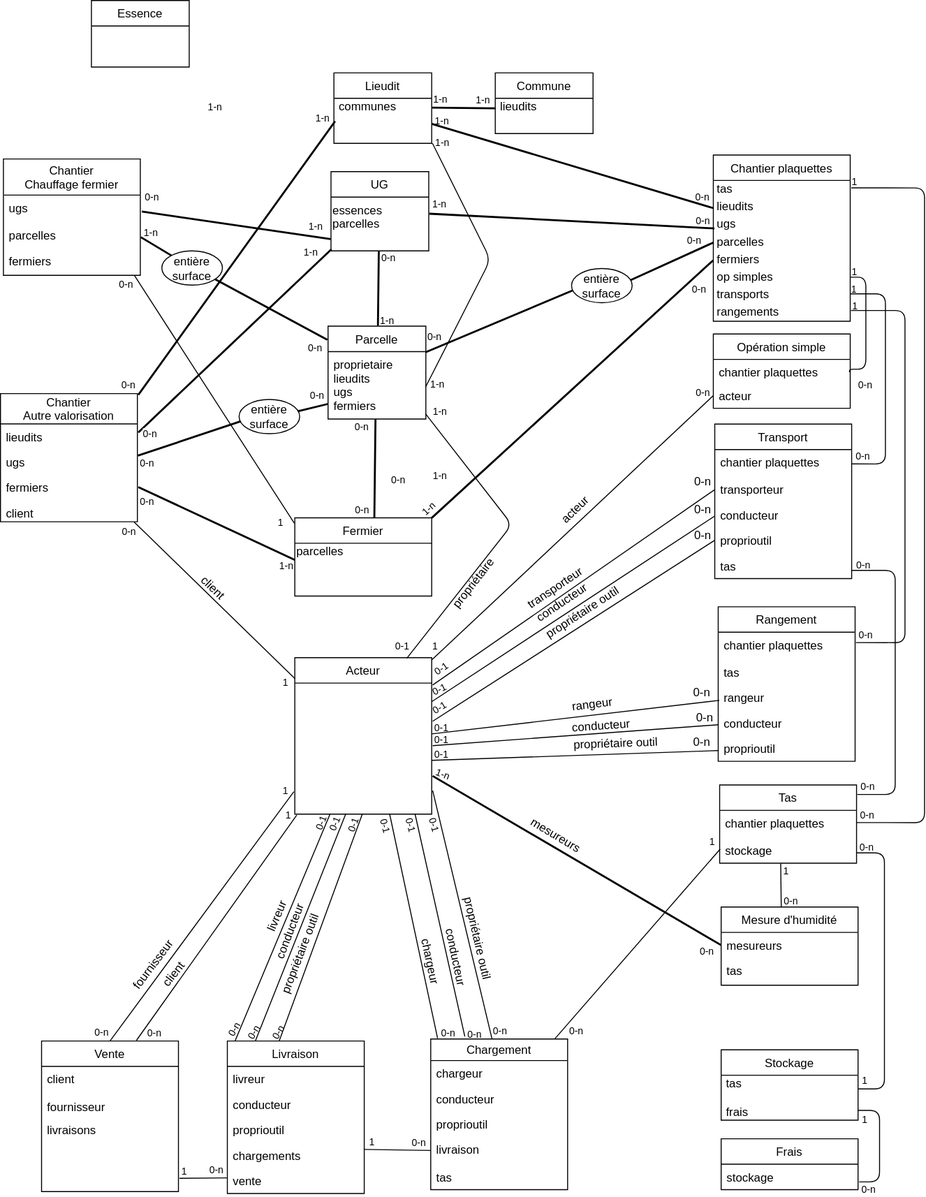
Before: doc/schema-bdd-bdl.svg, a diagram exported from draw.io (bdlarzac/chantiers). Source tidied: cells renumbered, new cells last; positions are measured from the earlier drawing's top-left corner, leaving out a move shared by most shapes.
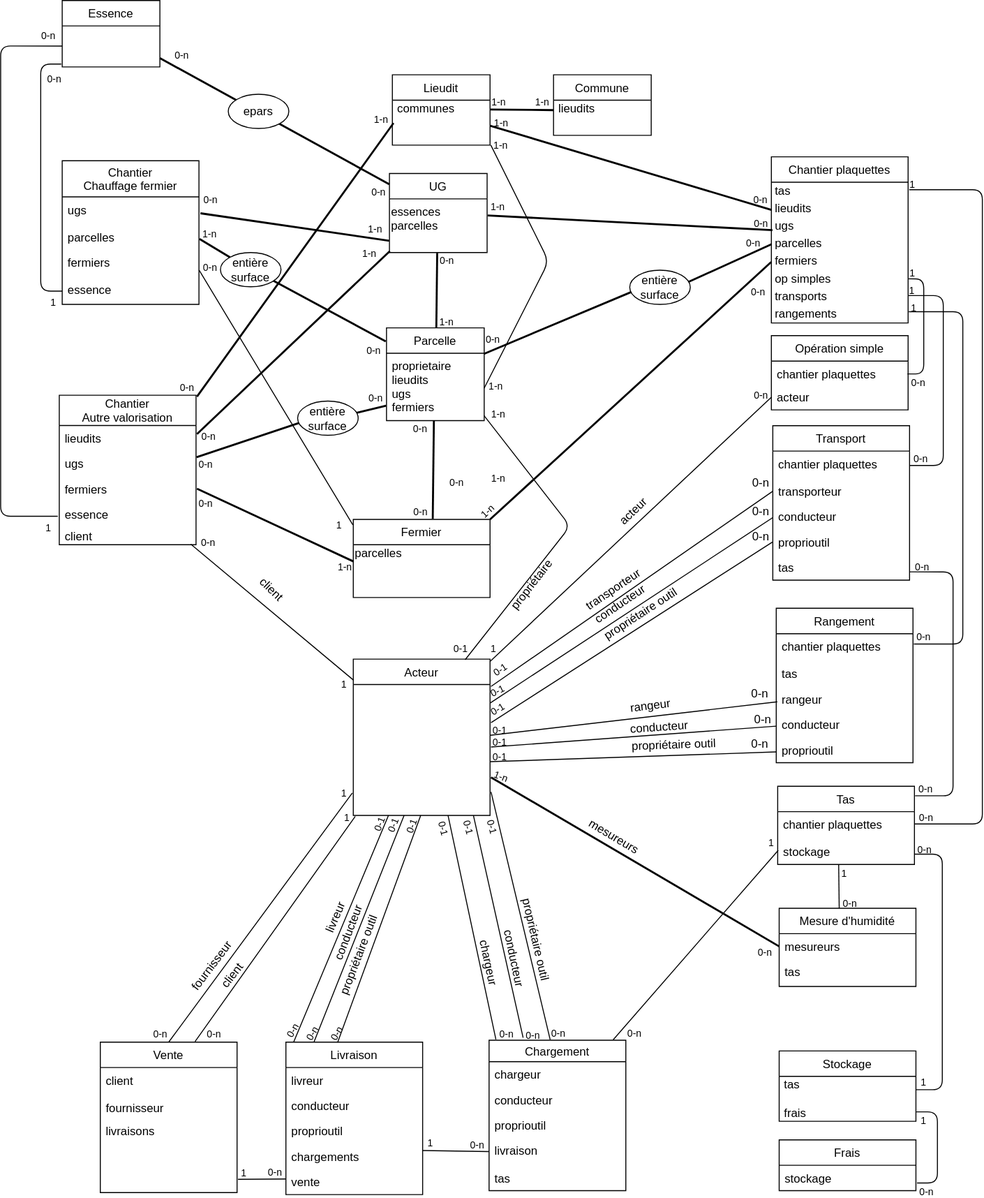
The same diagram one commit later.

Commit message:
#15 - Create et fill table ug_essence, adapte model et view

What changed in the source:
```diff
@@ -76,7 +76,7 @@
         <mxPoint x="10.4" y="16.5" as="offset" />
       </mxGeometry>
     </mxCell>
-    <mxCell id="18" style="endArrow=none;html=1;exitX=0.001;exitY=0.134;exitDx=0;exitDy=0;exitPerimeter=0;entryX=0.976;entryY=1.01;entryDx=0;entryDy=0;entryPerimeter=0;" parent="1" edge="1" source="7" target="138">
+    <mxCell id="18" style="endArrow=none;html=1;exitX=0.001;exitY=0.134;exitDx=0;exitDy=0;exitPerimeter=0;entryX=0.962;entryY=0.974;entryDx=0;entryDy=0;entryPerimeter=0;" parent="1" edge="1" source="7" target="236">
       <mxGeometry relative="1" as="geometry" />
     </mxCell>
     <mxCell id="19" value="1" style="html=1;align=left;verticalAlign=bottom;labelBackgroundColor=none;fontSize=10;rotation=0;" parent="18" vertex="1">
@@ -86,7 +86,7 @@
     </mxCell>
     <mxCell id="20" value="0-n" style="html=1;align=right;verticalAlign=bottom;labelBackgroundColor=none;fontSize=10;" parent="18" vertex="1">
       <mxGeometry x="1" relative="1" as="geometry">
-        <mxPoint x="2.4" y="17.8" as="offset" />
+        <mxPoint x="25" y="7" as="offset" />
       </mxGeometry>
     </mxCell>
     <mxCell id="21" style="endArrow=none;html=1;strokeWidth=2;entryX=0.485;entryY=1.001;entryDx=0;entryDy=0;entryPerimeter=0;exitX=0.581;exitY=-0.005;exitDx=0;exitDy=0;exitPerimeter=0;" parent="1" edge="1" source="207" target="140">
@@ -175,14 +175,13 @@
       <mxGeometry relative="1" as="geometry">
         <Array as="points">
           <mxPoint x="885" y="283" />
-          <mxPoint x="885" y="377" />
-          <mxPoint x="868" y="377" />
+          <mxPoint x="885" y="380" />
         </Array>
       </mxGeometry>
     </mxCell>
     <mxCell id="40" value="0-n" style="html=1;align=right;verticalAlign=bottom;labelBackgroundColor=none;fontSize=10;" parent="39" vertex="1">
       <mxGeometry x="1" relative="1" as="geometry">
-        <mxPoint x="24" y="21" as="offset" />
+        <mxPoint x="19" y="17" as="offset" />
       </mxGeometry>
     </mxCell>
     <mxCell id="41" value="1" style="html=1;align=left;verticalAlign=bottom;labelBackgroundColor=none;fontSize=10;" parent="39" vertex="1">
@@ -292,12 +291,12 @@
         <mxPoint x="27" y="0.6" as="offset" />
       </mxGeometry>
     </mxCell>
-    <mxCell id="62" style="endArrow=none;html=1;entryX=0.956;entryY=1;entryDx=0;entryDy=0;entryPerimeter=0;exitX=-0.003;exitY=0.071;exitDx=0;exitDy=0;exitPerimeter=0;" parent="1" edge="1" source="207" target="133">
+    <mxCell id="62" style="endArrow=none;html=1;entryX=1.001;entryY=0.748;entryDx=0;entryDy=0;entryPerimeter=0;exitX=-0.003;exitY=0.071;exitDx=0;exitDy=0;exitPerimeter=0;" parent="1" edge="1" source="207" target="133">
       <mxGeometry relative="1" as="geometry" />
     </mxCell>
     <mxCell id="63" value="0-n" style="html=1;align=right;verticalAlign=bottom;labelBackgroundColor=#ffffff;fontSize=10;" parent="62" vertex="1">
       <mxGeometry x="1" relative="1" as="geometry">
-        <mxPoint x="-0.6" y="17.3" as="offset" />
+        <mxPoint x="19" y="5" as="offset" />
       </mxGeometry>
     </mxCell>
     <mxCell id="64" value="1" style="html=1;align=left;verticalAlign=bottom;labelBackgroundColor=none;fontSize=10;" parent="62" vertex="1">
@@ -584,7 +583,7 @@
       </mxGeometry>
     </mxCell>
     <mxCell id="130" value="Chantier&#10;Chauffage fermier" style="swimlane;fontStyle=0;horizontal=1;startSize=37;fillColor=none;" parent="1" vertex="1">
-      <mxGeometry x="3" y="162" width="140" height="119" as="geometry" />
+      <mxGeometry x="3" y="162" width="140" height="147" as="geometry" />
     </mxCell>
     <mxCell id="131" value="ugs" style="text;strokeColor=none;fillColor=none;align=left;verticalAlign=top;spacingLeft=4;spacingRight=4;overflow=hidden;points=[[0,0.5],[1,0.5]];portConstraint=eastwest;" parent="130" vertex="1">
       <mxGeometry y="37" width="140" height="28" as="geometry" />
@@ -595,8 +594,11 @@
     <mxCell id="133" value="fermiers" style="text;strokeColor=none;fillColor=none;align=left;verticalAlign=top;spacingLeft=4;spacingRight=4;overflow=hidden;points=[[0,0.5],[1,0.5]];portConstraint=eastwest;" parent="130" vertex="1">
       <mxGeometry y="91" width="140" height="28" as="geometry" />
     </mxCell>
+    <mxCell id="235" value="essence" style="text;strokeColor=none;fillColor=none;align=left;verticalAlign=top;spacingLeft=4;spacingRight=4;overflow=hidden;points=[[0,0.5],[1,0.5]];portConstraint=eastwest;" parent="130" vertex="1">
+      <mxGeometry y="119" width="140" height="28" as="geometry" />
+    </mxCell>
     <mxCell id="134" value="Chantier&#10;Autre valorisation" style="swimlane;fontStyle=0;horizontal=1;startSize=31;fillColor=none;" parent="1" vertex="1">
-      <mxGeometry y="402" width="140" height="131" as="geometry" />
+      <mxGeometry y="402" width="140" height="153" as="geometry" />
     </mxCell>
     <mxCell id="135" value="lieudits" style="text;strokeColor=none;fillColor=none;align=left;verticalAlign=top;spacingLeft=4;spacingRight=4;overflow=hidden;points=[[0,0.5],[1,0.5]];portConstraint=eastwest;" parent="134" vertex="1">
       <mxGeometry y="31" width="140" height="26" as="geometry" />
@@ -607,9 +609,12 @@
     <mxCell id="137" value="fermiers" style="text;strokeColor=none;fillColor=none;align=left;verticalAlign=top;spacingLeft=4;spacingRight=4;overflow=hidden;points=[[0,0.5],[1,0.5]];portConstraint=eastwest;" parent="134" vertex="1">
       <mxGeometry y="83" width="140" height="26" as="geometry" />
     </mxCell>
-    <mxCell id="138" value="client" style="text;strokeColor=none;fillColor=none;align=left;verticalAlign=top;spacingLeft=4;spacingRight=4;overflow=hidden;points=[[0,0.5],[1,0.5]];portConstraint=eastwest;" parent="134" vertex="1">
+    <mxCell id="138" value="essence" style="text;strokeColor=none;fillColor=none;align=left;verticalAlign=top;spacingLeft=4;spacingRight=4;overflow=hidden;points=[[0,0.5],[1,0.5]];portConstraint=eastwest;" parent="134" vertex="1">
       <mxGeometry y="109" width="140" height="22" as="geometry" />
     </mxCell>
+    <mxCell id="236" value="client" style="text;strokeColor=none;fillColor=none;align=left;verticalAlign=top;spacingLeft=4;spacingRight=4;overflow=hidden;points=[[0,0.5],[1,0.5]];portConstraint=eastwest;" parent="134" vertex="1">
+      <mxGeometry y="131" width="140" height="22" as="geometry" />
+    </mxCell>
     <mxCell id="139" value="Parcelle" style="swimlane;fontStyle=0;horizontal=1;startSize=26;fillColor=none;" parent="1" vertex="1">
       <mxGeometry x="335" y="333" width="100" height="95" as="geometry" />
     </mxCell>
@@ -797,11 +802,6 @@
     <mxCell id="199" value="0-n" style="text;html=1;align=center;verticalAlign=middle;rotation=0;" parent="1" vertex="1">
       <mxGeometry x="704" y="538" width="28" height="18" as="geometry" />
     </mxCell>
-    <mxCell id="200" value="1-n" style="html=1;align=right;verticalAlign=bottom;labelBackgroundColor=none;fontSize=10;" parent="1" vertex="1">
-      <mxGeometry x="240" y="107" as="geometry">
-        <mxPoint x="-13" y="10.9" as="offset" />
-      </mxGeometry>
-    </mxCell>
     <mxCell id="201" style="endArrow=none;html=1;exitX=0.818;exitY=0.004;exitDx=0;exitDy=0;exitPerimeter=0;entryX=0.999;entryY=0.926;entryDx=0;entryDy=0;entryPerimeter=0;" parent="1" edge="1" source="7" target="140">
       <mxGeometry relative="1" as="geometry">
         <Array as="points">
@@ -929,7 +929,63 @@
       <mxGeometry x="718" y="254" as="geometry" />
     </mxCell>
     <mxCell id="234" value="Essence" style="swimlane;fontStyle=0;horizontal=1;startSize=26;fillColor=none;" parent="1" vertex="1">
-      <mxGeometry x="93" width="100" height="68" as="geometry" />
+      <mxGeometry x="3" y="-2" width="100" height="68" as="geometry" />
     </mxCell>
+    <mxCell id="237" style="endArrow=none;html=1;strokeWidth=1;entryX=0.001;entryY=0.514;entryDx=0;entryDy=0;entryPerimeter=0;edgeStyle=orthogonalEdgeStyle;" parent="1" edge="1" target="235">
+      <mxGeometry relative="1" as="geometry">
+        <mxPoint x="2" y="63" as="sourcePoint" />
+        <Array as="points">
+          <mxPoint x="-19" y="63" />
+          <mxPoint x="-19" y="295" />
+        </Array>
+      </mxGeometry>
+    </mxCell>
+    <mxCell id="238" value="0-n" style="html=1;align=left;verticalAlign=bottom;labelBackgroundColor=none;fontSize=10;rotation=0;" parent="237" vertex="1">
+      <mxGeometry x="-1" relative="1" as="geometry">
+        <mxPoint x="-16" y="23" as="offset" />
+      </mxGeometry>
+    </mxCell>
+    <mxCell id="239" value="1" style="html=1;align=right;verticalAlign=bottom;labelBackgroundColor=none;fontSize=10;" parent="237" vertex="1">
+      <mxGeometry x="1" relative="1" as="geometry">
+        <mxPoint x="-7" y="20" as="offset" />
+      </mxGeometry>
+    </mxCell>
+    <mxCell id="240" style="endArrow=none;html=1;strokeWidth=1;edgeStyle=orthogonalEdgeStyle;entryX=-0.011;entryY=0.675;entryDx=0;entryDy=0;entryPerimeter=0;" parent="1" edge="1" target="138">
+      <mxGeometry relative="1" as="geometry">
+        <mxPoint x="3" y="44.6" as="sourcePoint" />
+        <Array as="points">
+          <mxPoint x="-60" y="45" />
+          <mxPoint x="-60" y="526" />
+        </Array>
+      </mxGeometry>
+    </mxCell>
+    <mxCell id="241" value="0-n" style="html=1;align=left;verticalAlign=bottom;labelBackgroundColor=none;fontSize=10;rotation=0;" parent="240" vertex="1">
+      <mxGeometry x="-1" relative="1" as="geometry">
+        <mxPoint x="-23" y="-3" as="offset" />
+      </mxGeometry>
+    </mxCell>
+    <mxCell id="242" value="1" style="html=1;align=right;verticalAlign=bottom;labelBackgroundColor=none;fontSize=10;" parent="240" vertex="1">
+      <mxGeometry x="1" relative="1" as="geometry">
+        <mxPoint x="-7" y="20" as="offset" />
+      </mxGeometry>
+    </mxCell>
+    <mxCell id="243" style="endArrow=none;html=1;strokeWidth=2;exitX=-0.001;exitY=0.137;exitDx=0;exitDy=0;exitPerimeter=0;" parent="1" edge="1" source="141">
+      <mxGeometry relative="1" as="geometry">
+        <mxPoint x="103" y="57" as="targetPoint" />
+      </mxGeometry>
+    </mxCell>
+    <mxCell id="244" value="0-n" style="html=1;align=left;verticalAlign=bottom;labelBackgroundColor=none;fontSize=10;" parent="243" vertex="1">
+      <mxGeometry x="-1" relative="1" as="geometry">
+        <mxPoint x="-20" y="16" as="offset" />
+      </mxGeometry>
+    </mxCell>
+    <mxCell id="245" value="0-n" style="html=1;align=right;verticalAlign=bottom;labelBackgroundColor=none;fontSize=10;direction=south;" parent="243" vertex="1">
+      <mxGeometry x="1" relative="1" as="geometry">
+        <mxPoint x="30" y="5" as="offset" />
+      </mxGeometry>
+    </mxCell>
+    <mxCell id="246" value="epars" style="ellipse;whiteSpace=wrap;html=1;labelBackgroundColor=none;" parent="1" vertex="1">
+      <mxGeometry x="173" y="94" width="62" height="35" as="geometry" />
+    </mxCell>
   </root>
 </mxGraphModel>
```
